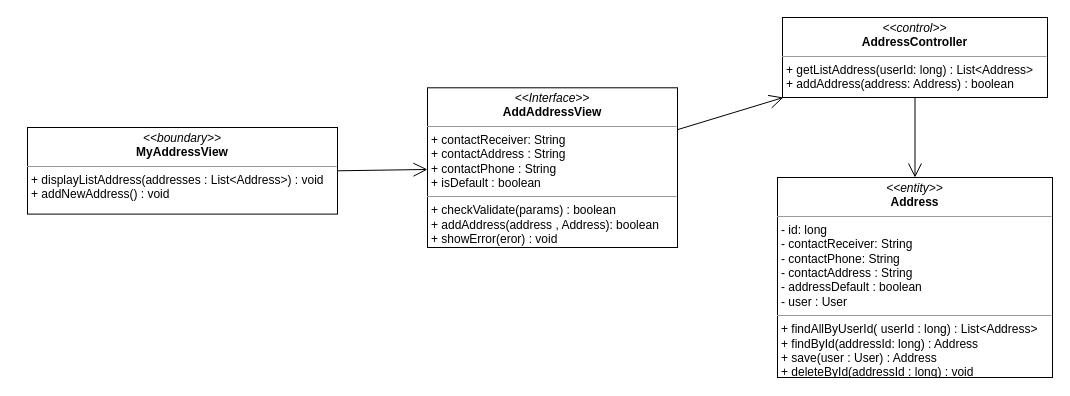
Before: class diagram/add-address-class-diagram.drawio in nguyenphamvan/datn_20202, a draw.io diagram. Source tidied: cells renumbered, new cells numbered last; positions are measured from the earlier drawing's top-left corner, leaving out a move shared by most shapes. Both pictures are drawn from the tidied source at 100%, with x=0, y=0 at pixel (27, 17).
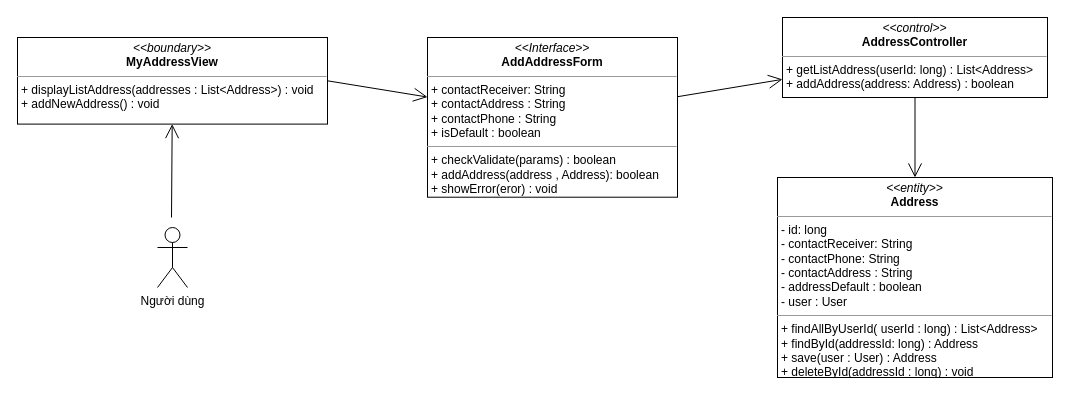
The same diagram, later.

Diff of the diagram source:
```diff
@@
 <mxGraphModel>
   <root>
     <mxCell id="0" />
     <mxCell id="1" parent="0" />
     <mxCell id="2" value="&lt;p style=&quot;margin: 0px ; margin-top: 4px ; text-align: center&quot;&gt;&lt;i&gt;&amp;lt;&amp;lt;boundary&amp;gt;&amp;gt;&lt;/i&gt;&lt;br&gt;&lt;b&gt;MyAddressView&lt;/b&gt;&lt;/p&gt;&lt;hr size=&quot;1&quot;&gt;&lt;p style=&quot;margin: 0px ; margin-left: 4px&quot;&gt;&lt;span&gt;+ displayListAddress(addresses : List&amp;lt;Address&amp;gt;) : void&lt;/span&gt;&lt;/p&gt;&lt;p style=&quot;margin: 0px 0px 0px 4px&quot;&gt;+ addNewAddress() : void&lt;/p&gt;" style="verticalAlign=top;align=left;overflow=fill;fontSize=12;fontFamily=Helvetica;html=1;" parent="1" vertex="1">
-      <mxGeometry y="110" width="310" height="86.6" as="geometry" />
+      <mxGeometry x="-10" y="20" width="310" height="86.6" as="geometry" />
     </mxCell>
     <mxCell id="3" style="endArrow=open;endFill=1;endSize=12;html=1;exitX=1;exitY=0.5;exitDx=0;exitDy=0;" parent="1" edge="1" source="2" target="7">
       <mxGeometry relative="1" as="geometry" />
     </mxCell>
     <mxCell id="4" value="&lt;p style=&quot;margin: 0px ; margin-top: 4px ; text-align: center&quot;&gt;&lt;i&gt;&amp;lt;&amp;lt;entity&amp;gt;&amp;gt;&lt;/i&gt;&lt;br&gt;&lt;b&gt;Address&lt;/b&gt;&lt;/p&gt;&lt;hr size=&quot;1&quot;&gt;&lt;p style=&quot;margin: 0px ; margin-left: 4px&quot;&gt;- id: long&lt;/p&gt;&lt;p style=&quot;margin: 0px ; margin-left: 4px&quot;&gt;- contactReceiver: String&lt;br&gt;- contactPhone: String&lt;/p&gt;&lt;p style=&quot;margin: 0px ; margin-left: 4px&quot;&gt;- contactAddress : String&lt;/p&gt;&lt;p style=&quot;margin: 0px ; margin-left: 4px&quot;&gt;- addressDefault : boolean&lt;/p&gt;&lt;p style=&quot;margin: 0px ; margin-left: 4px&quot;&gt;- user : User&lt;/p&gt;&lt;hr size=&quot;1&quot;&gt;&lt;p style=&quot;margin: 0px 0px 0px 4px&quot;&gt;+ findAllByUserId( userId : long) : List&amp;lt;Address&amp;gt;&lt;/p&gt;&lt;p style=&quot;margin: 0px 0px 0px 4px&quot;&gt;+ findById(addressId: long) : Address&lt;/p&gt;&lt;p style=&quot;margin: 0px 0px 0px 4px&quot;&gt;+ save(user : User) : Address&lt;/p&gt;&lt;p style=&quot;margin: 0px 0px 0px 4px&quot;&gt;+ deleteById(addressId : long) : void&lt;/p&gt;" style="verticalAlign=top;align=left;overflow=fill;fontSize=12;fontFamily=Helvetica;html=1;" parent="1" vertex="1">
       <mxGeometry x="750" y="160" width="275" height="200" as="geometry" />
     </mxCell>
     <mxCell id="5" value="&lt;p style=&quot;margin: 0px ; margin-top: 4px ; text-align: center&quot;&gt;&lt;i&gt;&amp;lt;&amp;lt;control&amp;gt;&amp;gt;&lt;/i&gt;&lt;br&gt;&lt;b&gt;AddressController&lt;/b&gt;&lt;/p&gt;&lt;hr size=&quot;1&quot;&gt;&lt;p style=&quot;margin: 0px 0px 0px 4px&quot;&gt;+ getListAddress(userId: long) : List&amp;lt;Address&amp;gt;&lt;/p&gt;&lt;p style=&quot;margin: 0px 0px 0px 4px&quot;&gt;+ addAddress(address: Address) : boolean&lt;/p&gt;" style="verticalAlign=top;align=left;overflow=fill;fontSize=12;fontFamily=Helvetica;html=1;" parent="1" vertex="1">
       <mxGeometry x="755" width="265" height="80" as="geometry" />
     </mxCell>
     <mxCell id="6" style="endArrow=open;endFill=1;endSize=12;html=1;" parent="1" edge="1" source="5" target="4">
       <mxGeometry relative="1" as="geometry" />
     </mxCell>
-    <mxCell id="7" value="&lt;p style=&quot;margin: 0px ; margin-top: 4px ; text-align: center&quot;&gt;&lt;i&gt;&amp;lt;&amp;lt;Interface&amp;gt;&amp;gt;&lt;/i&gt;&lt;br&gt;&lt;b&gt;AddAddressView&lt;/b&gt;&lt;/p&gt;&lt;hr size=&quot;1&quot;&gt;&lt;p style=&quot;margin: 0px ; margin-left: 4px&quot;&gt;+ contactReceiver: String&lt;br&gt;+ contactAddress : String&lt;/p&gt;&lt;p style=&quot;margin: 0px ; margin-left: 4px&quot;&gt;+ contactPhone : String&lt;/p&gt;&lt;p style=&quot;margin: 0px ; margin-left: 4px&quot;&gt;+ isDefault : boolean&lt;/p&gt;&lt;hr size=&quot;1&quot;&gt;&lt;p style=&quot;margin: 0px ; margin-left: 4px&quot;&gt;+ checkValidate(params) : boolean&lt;br&gt;+ addAddress(address , Address): boolean&lt;/p&gt;&lt;p style=&quot;margin: 0px ; margin-left: 4px&quot;&gt;+ showError(eror) : void&lt;/p&gt;" style="verticalAlign=top;align=left;overflow=fill;fontSize=12;fontFamily=Helvetica;html=1;" parent="1" vertex="1">
-      <mxGeometry x="400" y="70.3" width="250" height="159.7" as="geometry" />
+    <mxCell id="7" value="&lt;p style=&quot;margin: 0px ; margin-top: 4px ; text-align: center&quot;&gt;&lt;i&gt;&amp;lt;&amp;lt;Interface&amp;gt;&amp;gt;&lt;/i&gt;&lt;br&gt;&lt;b&gt;AddAddressForm&lt;/b&gt;&lt;/p&gt;&lt;hr size=&quot;1&quot;&gt;&lt;p style=&quot;margin: 0px ; margin-left: 4px&quot;&gt;+ contactReceiver: String&lt;br&gt;+ contactAddress : String&lt;/p&gt;&lt;p style=&quot;margin: 0px ; margin-left: 4px&quot;&gt;+ contactPhone : String&lt;/p&gt;&lt;p style=&quot;margin: 0px ; margin-left: 4px&quot;&gt;+ isDefault : boolean&lt;/p&gt;&lt;hr size=&quot;1&quot;&gt;&lt;p style=&quot;margin: 0px ; margin-left: 4px&quot;&gt;+ checkValidate(params) : boolean&lt;br&gt;+ addAddress(address , Address): boolean&lt;/p&gt;&lt;p style=&quot;margin: 0px ; margin-left: 4px&quot;&gt;+ showError(eror) : void&lt;/p&gt;" style="verticalAlign=top;align=left;overflow=fill;fontSize=12;fontFamily=Helvetica;html=1;" parent="1" vertex="1">
+      <mxGeometry x="400" y="20" width="250" height="159.7" as="geometry" />
     </mxCell>
     <mxCell id="8" style="endArrow=open;endFill=1;endSize=12;html=1;" parent="1" edge="1" source="7" target="5">
       <mxGeometry relative="1" as="geometry" />
     </mxCell>
+    <mxCell id="9" value="Người dùng" style="shape=umlActor;verticalLabelPosition=bottom;verticalAlign=top;html=1;" parent="1" vertex="1">
+      <mxGeometry x="130" y="210" width="30" height="60" as="geometry" />
+    </mxCell>
+    <mxCell id="10" style="endArrow=open;endFill=1;endSize=12;html=1;" parent="1" edge="1" target="2">
+      <mxGeometry relative="1" as="geometry">
+        <mxPoint x="144" y="200" as="sourcePoint" />
+      </mxGeometry>
+    </mxCell>
   </root>
 </mxGraphModel>
```
